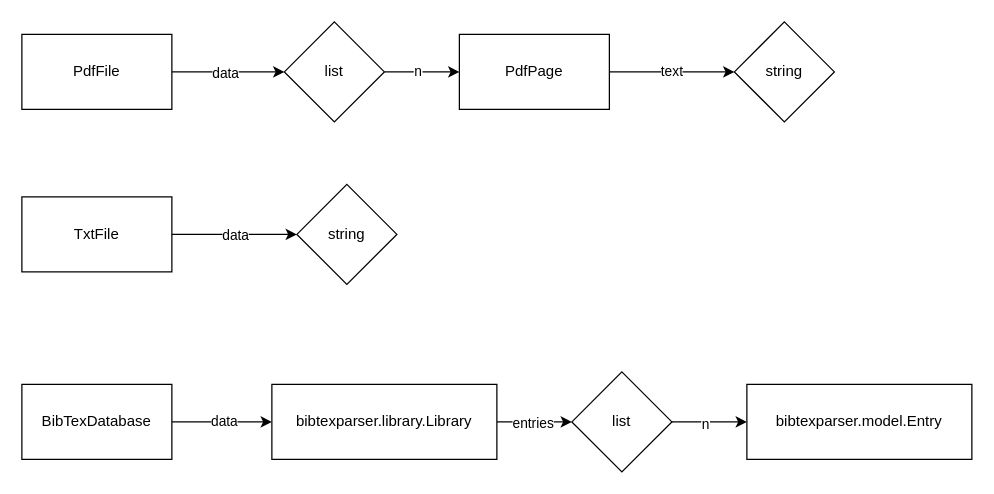
This is python/structure.drawio from rubenphilipp/bp-text, a draw.io file, before an edit. Source tidied: cells renumbered, new cells numbered last; positions are measured from the earlier drawing's top-left corner, leaving out a move shared by most shapes. Both pictures are drawn from the tidied source at 125%, with x=0, y=0 at pixel (21, 21).
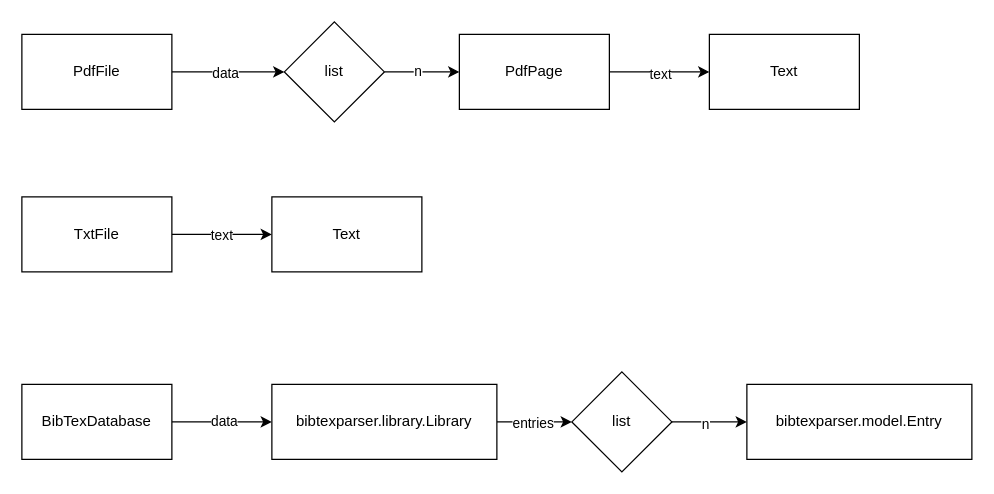
After the change.

Unchanged cells that the change refers to:
```xml
<mxCell id="8" value="PdfPage" style="rounded=0;whiteSpace=wrap;html=1;" parent="1" vertex="1">
  <mxGeometry x="350" y="10" width="120" height="60" as="geometry" />
</mxCell>
<mxCell id="12" value="TxtFile" style="whiteSpace=wrap;html=1;" parent="1" vertex="1">
  <mxGeometry y="140" width="120" height="60" as="geometry" />
</mxCell>
```

What changed in the source:
```diff
@@
-    <mxCell id="7" value="text" style="edgeStyle=orthogonalEdgeStyle;rounded=0;jettySize=auto;html=1;" parent="1" edge="1" source="8" target="9">
-      <mxGeometry relative="1" as="geometry" />
-    </mxCell>
+    <mxCell id="25" style="edgeStyle=orthogonalEdgeStyle;rounded=0;jettySize=auto;html=1;" parent="1" edge="1" source="8" target="29">
+      <mxGeometry relative="1" as="geometry" />
+    </mxCell>
+    <mxCell id="26" value="text" style="edgeLabel;html=1;align=center;verticalAlign=middle;" parent="25" vertex="1">
+      <mxGeometry y="-1" relative="1" as="geometry" />
+    </mxCell>
@@
-    <mxCell id="9" value="string" style="rhombus;whiteSpace=wrap;html=1;rounded=0;" parent="1" vertex="1">
-      <mxGeometry x="570" width="80" height="80" as="geometry" />
-    </mxCell>
-    <mxCell id="10" style="edgeStyle=orthogonalEdgeStyle;rounded=0;jettySize=auto;html=1;" parent="1" edge="1" source="12" target="13">
-      <mxGeometry relative="1" as="geometry" />
-    </mxCell>
-    <mxCell id="11" value="data" style="edgeLabel;html=1;align=center;verticalAlign=middle;" parent="10" vertex="1">
-      <mxGeometry relative="1" as="geometry" />
-    </mxCell>
+    <mxCell id="27" style="edgeStyle=orthogonalEdgeStyle;rounded=0;jettySize=auto;html=1;" parent="1" edge="1" source="12" target="30">
+      <mxGeometry relative="1" as="geometry" />
+    </mxCell>
+    <mxCell id="28" value="text" style="edgeLabel;html=1;align=center;verticalAlign=middle;" parent="27" vertex="1">
+      <mxGeometry x="-0.03" relative="1" as="geometry" />
+    </mxCell>
@@
-    <mxCell id="13" value="string" style="rhombus;whiteSpace=wrap;html=1;" parent="1" vertex="1">
-      <mxGeometry x="220" y="130" width="80" height="80" as="geometry" />
-    </mxCell>
@@
+    <mxCell id="29" value="Text" style="rounded=0;whiteSpace=wrap;html=1;" parent="1" vertex="1">
+      <mxGeometry x="550" y="10" width="120" height="60" as="geometry" />
+    </mxCell>
+    <mxCell id="30" value="Text" style="whiteSpace=wrap;html=1;" parent="1" vertex="1">
+      <mxGeometry x="200" y="140" width="120" height="60" as="geometry" />
+    </mxCell>
```
